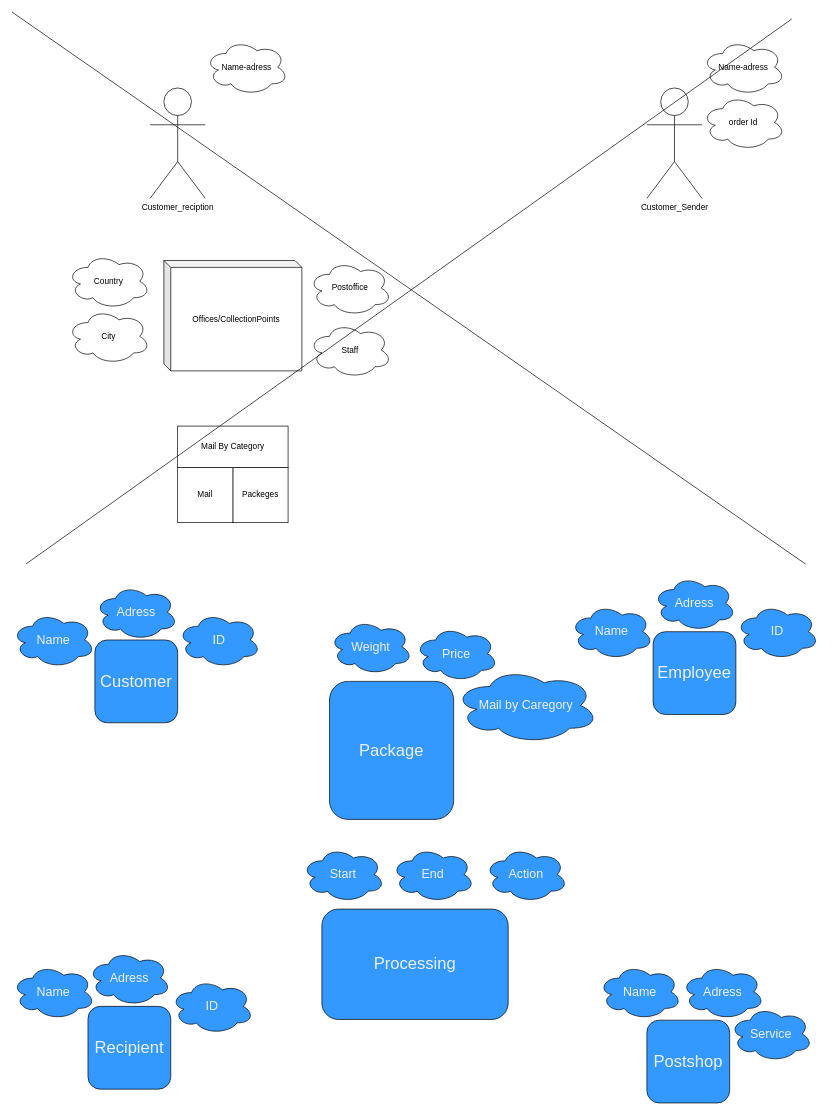
This is page "Page-1" (1 of 4) of Untitled Diagram.drawio from LeDaniii/CFLMS-Matzer-Codereview-09, a draw.io file, before an edit. Source tidied: cells renumbered, new cells numbered last; positions are measured from the earlier drawing's top-left corner, leaving out a move shared by most shapes. Both pictures are drawn from the tidied source at 69%, with x=0, y=0 at pixel (12, 12).
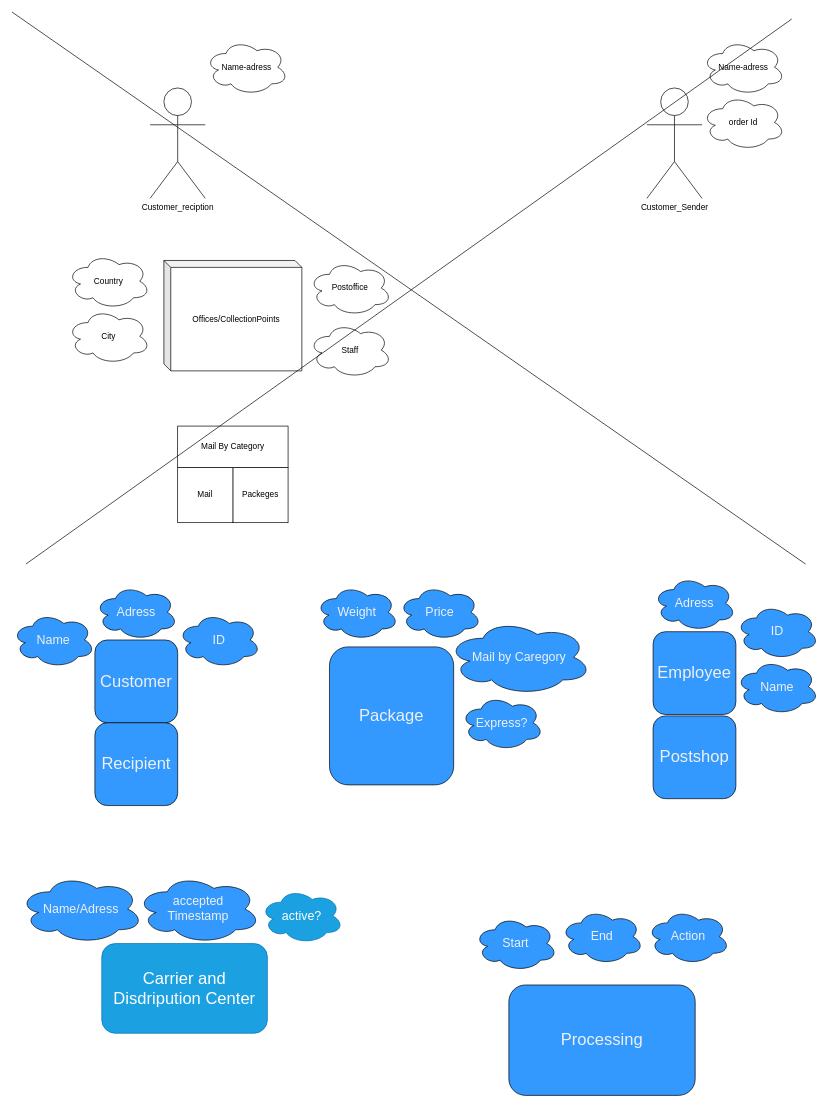
The same diagram, later.

Diff of the diagram source:
```diff
@@
     <mxCell id="18" value="&lt;font style=&quot;font-size: 24px&quot;&gt;Recipient&lt;/font&gt;" style="rounded=1;whiteSpace=wrap;html=1;fillColor=#3399FF;fontColor=#f0f0f0;" parent="1" vertex="1">
-      <mxGeometry x="110" y="1441" width="120" height="120" as="geometry" />
+      <mxGeometry x="120" y="1030" width="120" height="120" as="geometry" />
     </mxCell>
@@
-    <mxCell id="22" value="&lt;font style=&quot;font-size: 18px&quot;&gt;Name&lt;/font&gt;" style="ellipse;shape=cloud;whiteSpace=wrap;html=1;fillColor=#3399FF;fontColor=#f0f0f0;" parent="1" vertex="1">
-      <mxGeometry y="1380" width="120" height="80" as="geometry" />
-    </mxCell>
-    <mxCell id="23" value="&lt;font style=&quot;font-size: 18px&quot;&gt;Adress&lt;/font&gt;" style="ellipse;shape=cloud;whiteSpace=wrap;html=1;fillColor=#3399FF;fontColor=#f0f0f0;" parent="1" vertex="1">
-      <mxGeometry x="110" y="1360" width="120" height="80" as="geometry" />
-    </mxCell>
-    <mxCell id="24" value="&lt;font style=&quot;font-size: 18px&quot;&gt;ID&lt;/font&gt;" style="ellipse;shape=cloud;whiteSpace=wrap;html=1;fillColor=#3399FF;fontColor=#f0f0f0;" parent="1" vertex="1">
-      <mxGeometry x="230" y="1401" width="120" height="80" as="geometry" />
-    </mxCell>
     <mxCell id="25" value="&lt;font style=&quot;font-size: 24px&quot;&gt;Package&lt;/font&gt;" style="rounded=1;whiteSpace=wrap;html=1;fillColor=#3399FF;fontColor=#f0f0f0;" parent="1" vertex="1">
-      <mxGeometry x="460" y="970" width="180" height="200" as="geometry" />
+      <mxGeometry x="460" y="920" width="180" height="200" as="geometry" />
     </mxCell>
     <mxCell id="26" value="&lt;font style=&quot;font-size: 18px&quot;&gt;Weight&lt;/font&gt;" style="ellipse;shape=cloud;whiteSpace=wrap;html=1;fillColor=#3399FF;fontColor=#f0f0f0;" parent="1" vertex="1">
-      <mxGeometry x="460" y="880" width="120" height="80" as="geometry" />
+      <mxGeometry x="440" y="830" width="120" height="80" as="geometry" />
     </mxCell>
     <mxCell id="27" value="&lt;font style=&quot;font-size: 18px&quot;&gt;Price&lt;/font&gt;" style="ellipse;shape=cloud;whiteSpace=wrap;html=1;fillColor=#3399FF;fontColor=#f0f0f0;" parent="1" vertex="1">
-      <mxGeometry x="584" y="890" width="120" height="80" as="geometry" />
+      <mxGeometry x="560" y="830" width="120" height="80" as="geometry" />
     </mxCell>
     <mxCell id="28" value="&lt;font style=&quot;font-size: 18px&quot;&gt;Mail by Caregory&lt;/font&gt;" style="ellipse;shape=cloud;whiteSpace=wrap;html=1;fillColor=#3399FF;fontColor=#f0f0f0;" parent="1" vertex="1">
-      <mxGeometry x="640" y="950" width="210" height="110" as="geometry" />
+      <mxGeometry x="630" y="880" width="210" height="110" as="geometry" />
     </mxCell>
     <mxCell id="29" value="&lt;font style=&quot;font-size: 24px&quot;&gt;Processing&lt;/font&gt;" style="rounded=1;whiteSpace=wrap;html=1;fillColor=#3399FF;fontColor=#f0f0f0;" parent="1" vertex="1">
-      <mxGeometry x="449" y="1300" width="270" height="160" as="geometry" />
+      <mxGeometry x="720" y="1410" width="270" height="160" as="geometry" />
     </mxCell>
@@
     <mxCell id="31" value="&lt;font style=&quot;font-size: 18px&quot;&gt;Name&lt;/font&gt;" style="ellipse;shape=cloud;whiteSpace=wrap;html=1;fillColor=#3399FF;fontColor=#f0f0f0;" parent="1" vertex="1">
-      <mxGeometry x="809" y="858" width="120" height="80" as="geometry" />
+      <mxGeometry x="1049" y="938" width="120" height="80" as="geometry" />
     </mxCell>
@@
     <mxCell id="34" value="&lt;font style=&quot;font-size: 24px&quot;&gt;Postshop&lt;/font&gt;" style="rounded=1;whiteSpace=wrap;html=1;fillColor=#3399FF;fontColor=#f0f0f0;" parent="1" vertex="1">
-      <mxGeometry x="920" y="1461" width="120" height="120" as="geometry" />
+      <mxGeometry x="929" y="1020" width="120" height="120" as="geometry" />
     </mxCell>
-    <mxCell id="35" value="&lt;font style=&quot;font-size: 18px&quot;&gt;Name&lt;/font&gt;" style="ellipse;shape=cloud;whiteSpace=wrap;html=1;fillColor=#3399FF;fontColor=#f0f0f0;" parent="1" vertex="1">
-      <mxGeometry x="850" y="1380" width="120" height="80" as="geometry" />
-    </mxCell>
-    <mxCell id="36" value="&lt;font style=&quot;font-size: 18px&quot;&gt;Adress&lt;/font&gt;" style="ellipse;shape=cloud;whiteSpace=wrap;html=1;fillColor=#3399FF;fontColor=#f0f0f0;" parent="1" vertex="1">
-      <mxGeometry x="970" y="1380" width="120" height="80" as="geometry" />
-    </mxCell>
     <mxCell id="37" value="&lt;font style=&quot;font-size: 18px&quot;&gt;Start&lt;/font&gt;" style="ellipse;shape=cloud;whiteSpace=wrap;html=1;fillColor=#3399FF;fontColor=#f0f0f0;" parent="1" vertex="1">
-      <mxGeometry x="420" y="1210" width="120" height="80" as="geometry" />
+      <mxGeometry x="670" y="1310" width="120" height="80" as="geometry" />
     </mxCell>
     <mxCell id="38" value="&lt;font style=&quot;font-size: 18px&quot;&gt;End&lt;/font&gt;" style="ellipse;shape=cloud;whiteSpace=wrap;html=1;fillColor=#3399FF;fontColor=#f0f0f0;" parent="1" vertex="1">
-      <mxGeometry x="550" y="1210" width="120" height="80" as="geometry" />
+      <mxGeometry x="795" y="1300" width="120" height="80" as="geometry" />
     </mxCell>
     <mxCell id="39" value="&lt;font style=&quot;font-size: 18px&quot;&gt;Action&lt;/font&gt;" style="ellipse;shape=cloud;whiteSpace=wrap;html=1;fillColor=#3399FF;fontColor=#f0f0f0;" parent="1" vertex="1">
-      <mxGeometry x="685" y="1210" width="120" height="80" as="geometry" />
+      <mxGeometry x="920" y="1300" width="120" height="80" as="geometry" />
     </mxCell>
-    <mxCell id="40" value="&lt;font style=&quot;font-size: 18px&quot;&gt;Service&lt;/font&gt;" style="ellipse;shape=cloud;whiteSpace=wrap;html=1;fillColor=#3399FF;fontColor=#f0f0f0;" parent="1" vertex="1">
-      <mxGeometry x="1040" y="1441" width="120" height="80" as="geometry" />
-    </mxCell>
+    <mxCell id="41" value="&lt;font style=&quot;font-size: 24px&quot;&gt;Carrier and Disdripution Center&lt;/font&gt;" style="rounded=1;whiteSpace=wrap;html=1;fillColor=#1ba1e2;strokeColor=#006EAF;fontColor=#ffffff;" parent="1" vertex="1">
+      <mxGeometry x="130" y="1350" width="240" height="130" as="geometry" />
+    </mxCell>
+    <mxCell id="42" value="&lt;font style=&quot;font-size: 18px&quot;&gt;Name/Adress&lt;/font&gt;" style="ellipse;shape=cloud;whiteSpace=wrap;html=1;fillColor=#3399FF;fontColor=#f0f0f0;" parent="1" vertex="1">
+      <mxGeometry x="10" y="1250" width="180" height="100" as="geometry" />
+    </mxCell>
+    <mxCell id="43" value="&lt;div&gt;&lt;font style=&quot;font-size: 18px&quot;&gt;accepted&lt;/font&gt;&lt;/div&gt;&lt;div&gt;&lt;font style=&quot;font-size: 18px&quot;&gt;Timestamp&lt;br&gt;&lt;/font&gt;&lt;/div&gt;" style="ellipse;shape=cloud;whiteSpace=wrap;html=1;fillColor=#3399FF;fontColor=#f0f0f0;" parent="1" vertex="1">
+      <mxGeometry x="180" y="1250" width="180" height="100" as="geometry" />
+    </mxCell>
+    <mxCell id="44" value="&lt;font style=&quot;font-size: 18px&quot;&gt;active?&lt;/font&gt;" style="ellipse;shape=cloud;whiteSpace=wrap;html=1;fillColor=#1ba1e2;strokeColor=#006EAF;fontColor=#ffffff;" parent="1" vertex="1">
+      <mxGeometry x="360" y="1270" width="120" height="80" as="geometry" />
+    </mxCell>
+    <mxCell id="45" value="&lt;font style=&quot;font-size: 18px&quot;&gt;Express?&lt;/font&gt;" style="ellipse;shape=cloud;whiteSpace=wrap;html=1;fillColor=#3399FF;fontColor=#f0f0f0;" parent="1" vertex="1">
+      <mxGeometry x="650" y="990" width="120" height="80" as="geometry" />
+    </mxCell>
```
